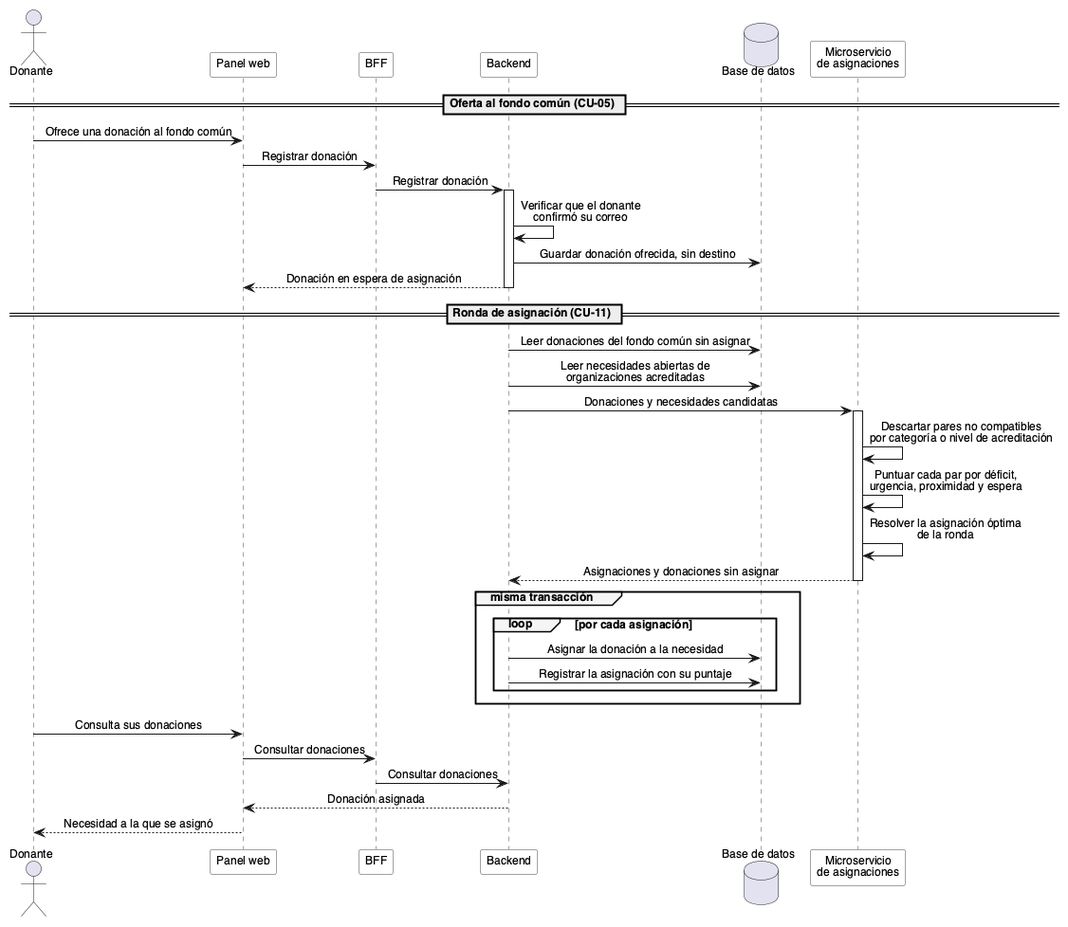
Before: docs/tesis/diagramas/secuencia/donacion-fondo-comun.png, a diagram exported from PlantUML (S21-Projects/hornero_monorepo). Source of this version:
```plantuml
@startuml
!include _estilo.iuml

actor "Donante" as Donante
participant "Panel web" as Web
participant "BFF" as BFF
participant "Backend" as Back
database "Base de datos" as DB
participant "Microservicio\nde asignaciones" as Asig

== Oferta al fondo común (CU-05) ==

Donante -> Web : Ofrece una donación al fondo común
Web -> BFF : Registrar donación
BFF -> Back : Registrar donación
activate Back
Back -> Back : Verificar que el donante\nconfirmó su correo
Back -> DB : Guardar donación ofrecida, sin destino
Back --> Web : Donación en espera de asignación
deactivate Back

== Ronda de asignación (CU-11) ==

Back -> DB : Leer donaciones del fondo común sin asignar
Back -> DB : Leer necesidades abiertas de\norganizaciones acreditadas
Back -> Asig : Donaciones y necesidades candidatas
activate Asig
Asig -> Asig : Descartar pares no compatibles\npor categoría o nivel de acreditación
Asig -> Asig : Puntuar cada par por déficit,\nurgencia, proximidad y espera
Asig -> Asig : Resolver la asignación óptima\nde la ronda
Asig --> Back : Asignaciones y donaciones sin asignar
deactivate Asig

group misma transacción
  loop por cada asignación
    Back -> DB : Asignar la donación a la necesidad
    Back -> DB : Registrar la asignación con su puntaje
  end
end

Donante -> Web : Consulta sus donaciones
Web -> BFF : Consultar donaciones
BFF -> Back : Consultar donaciones
Back --> Web : Donación asignada
Web --> Donante : Necesidad a la que se asignó

@enduml
```
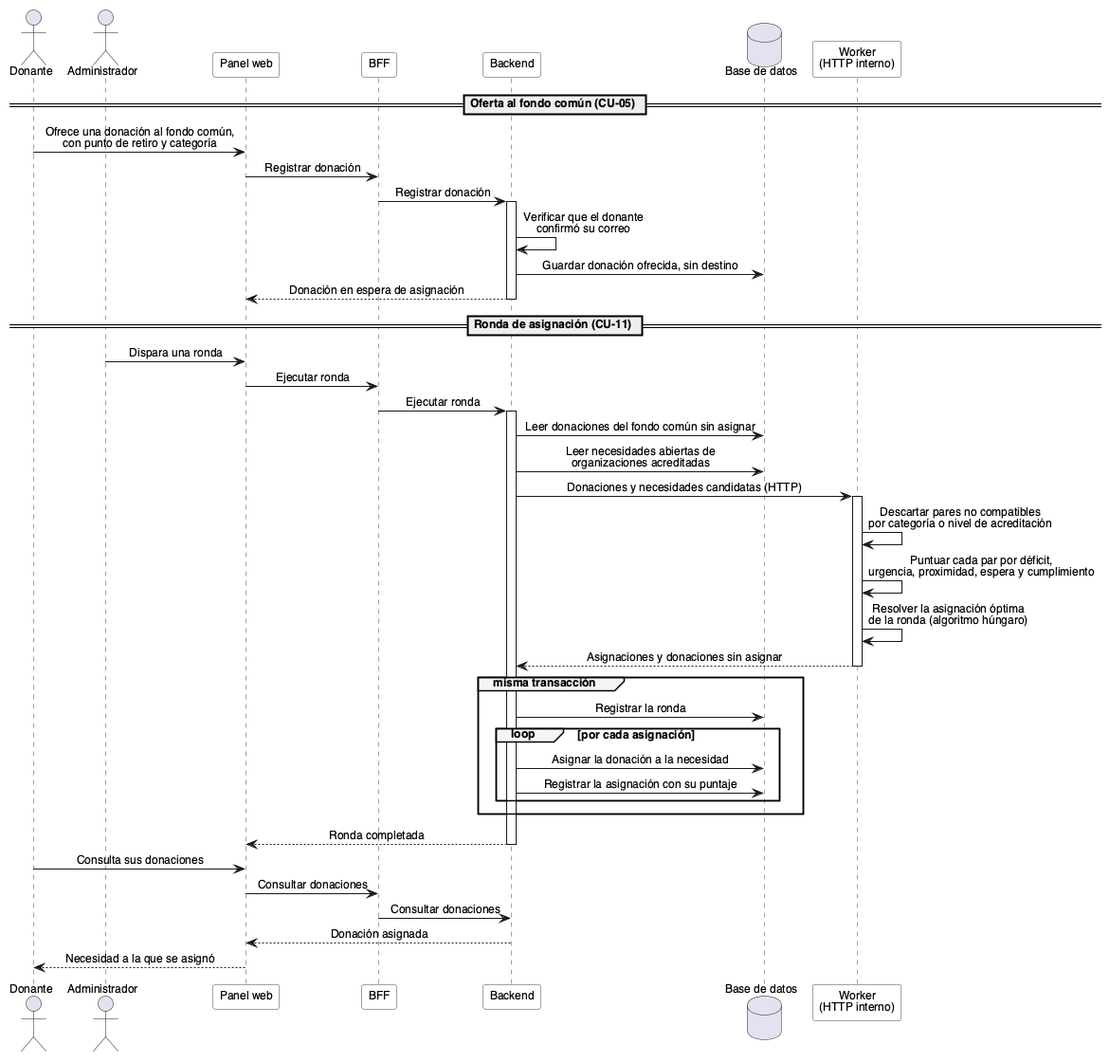
Later version of the same file.

Change to the diagram source:
```diff
@@ -2,15 +2,16 @@
 !include _estilo.iuml
 
 actor "Donante" as Donante
+actor "Administrador" as Admin
 participant "Panel web" as Web
 participant "BFF" as BFF
 participant "Backend" as Back
 database "Base de datos" as DB
-participant "Microservicio\nde asignaciones" as Asig
+participant "Worker\n(HTTP interno)" as Worker
 
 == Oferta al fondo común (CU-05) ==
 
-Donante -> Web : Ofrece una donación al fondo común
+Donante -> Web : Ofrece una donación al fondo común,\ncon punto de retiro y categoría
 Web -> BFF : Registrar donación
 BFF -> Back : Registrar donación
 activate Back
@@ -21,22 +22,29 @@
 
 == Ronda de asignación (CU-11) ==
 
+Admin -> Web : Dispara una ronda
+Web -> BFF : Ejecutar ronda
+BFF -> Back : Ejecutar ronda
+activate Back
 Back -> DB : Leer donaciones del fondo común sin asignar
 Back -> DB : Leer necesidades abiertas de\norganizaciones acreditadas
-Back -> Asig : Donaciones y necesidades candidatas
-activate Asig
-Asig -> Asig : Descartar pares no compatibles\npor categoría o nivel de acreditación
-Asig -> Asig : Puntuar cada par por déficit,\nurgencia, proximidad y espera
-Asig -> Asig : Resolver la asignación óptima\nde la ronda
-Asig --> Back : Asignaciones y donaciones sin asignar
-deactivate Asig
+Back -> Worker : Donaciones y necesidades candidatas (HTTP)
+activate Worker
+Worker -> Worker : Descartar pares no compatibles\npor categoría o nivel de acreditación
+Worker -> Worker : Puntuar cada par por déficit,\nurgencia, proximidad, espera y cumplimiento
+Worker -> Worker : Resolver la asignación óptima\nde la ronda (algoritmo húngaro)
+Worker --> Back : Asignaciones y donaciones sin asignar
+deactivate Worker
 
 group misma transacción
+  Back -> DB : Registrar la ronda
   loop por cada asignación
     Back -> DB : Asignar la donación a la necesidad
     Back -> DB : Registrar la asignación con su puntaje
   end
 end
+Back --> Web : Ronda completada
+deactivate Back
 
 Donante -> Web : Consulta sus donaciones
 Web -> BFF : Consultar donaciones
```
